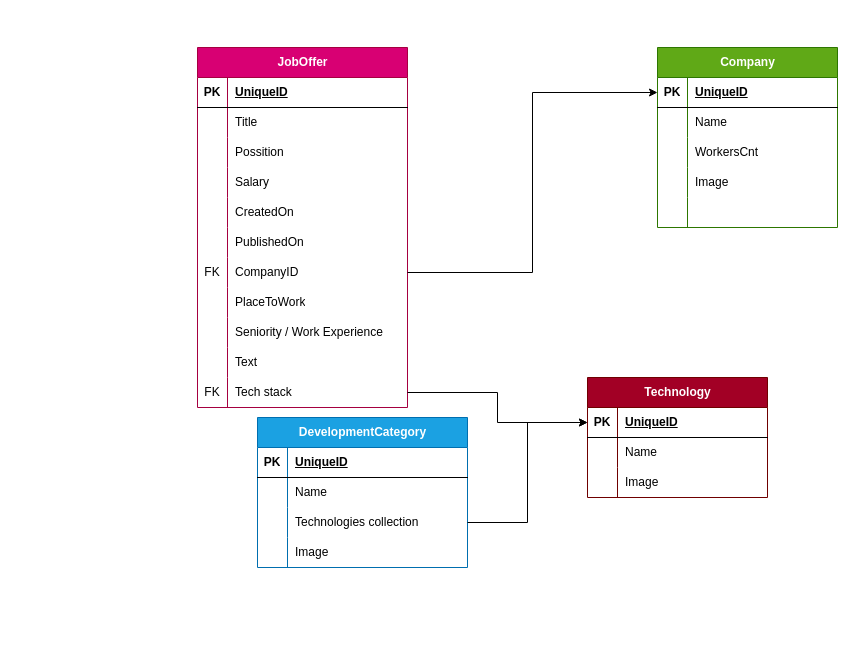
The draw.io diagram db diagram - scheme/Untitled Diagram.drawio in hristianivanov/ITJob-Finder-ASP.NET-MVC, before the edit. Source tidied: cells renumbered, new cells numbered last; positions are measured from the earlier drawing's top-left corner, leaving out a move shared by most shapes. Both pictures are drawn from the tidied source at 100%, with x=0, y=0 at pixel (157, 47).
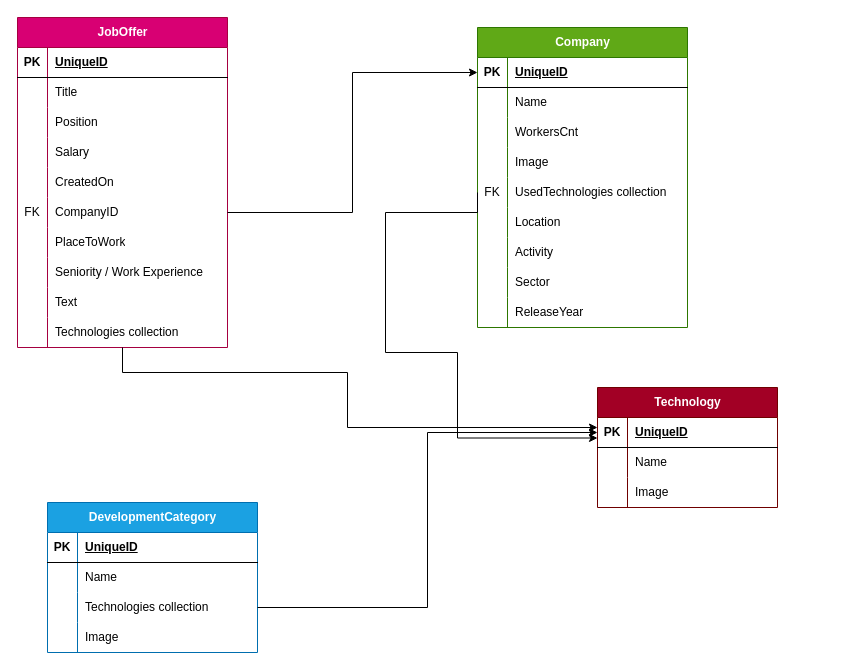
The same page after the edit.

Commit message:
Update database scheme

Unchanged cells that the change refers to:
```xml
<mxCell id="9" style="shape=tableRow;horizontal=0;startSize=0;swimlaneHead=0;swimlaneBody=0;fillColor=none;top=0;left=0;right=0;bottom=0;" parent="2" vertex="1">
  <mxGeometry y="90" width="210" height="30" as="geometry" />
</mxCell>
<mxCell id="67" style="shape=tableRow;horizontal=0;startSize=0;swimlaneHead=0;swimlaneBody=0;fillColor=none;points=[[0,0.5],[1,0.5]];portConstraint=eastwest;top=0;left=0;right=0;bottom=1;" parent="66" vertex="1">
  <mxGeometry y="30" width="180" height="30" as="geometry" />
</mxCell>
```

What changed in the source:
```diff
@@
     <mxCell id="2" value="JobOffer" style="shape=table;startSize=30;childLayout=tableLayout;rowLines=0;fontStyle=1;align=center;html=1;fillColor=#d80073;fontColor=#ffffff;strokeColor=#A50040;swimlaneFillColor=default;shadow=0;rounded=0;" parent="1" vertex="1">
-      <mxGeometry x="40" width="210" height="360" as="geometry" />
+      <mxGeometry x="-140" y="-30" width="210" height="330" as="geometry" />
     </mxCell>
@@
-    <mxCell id="11" value="Possition" style="shape=partialRectangle;fillColor=none;top=0;left=0;bottom=0;right=0;align=left;spacingLeft=6;overflow=hidden;whiteSpace=wrap;html=1;" parent="9" vertex="1">
+    <mxCell id="11" value="Position" style="shape=partialRectangle;fillColor=none;top=0;left=0;bottom=0;right=0;align=left;spacingLeft=6;overflow=hidden;whiteSpace=wrap;html=1;" parent="9" vertex="1">
       <mxGeometry x="30" width="180" height="30" as="geometry" />
     </mxCell>
@@
-    <mxCell id="18" style="shape=tableRow;horizontal=0;startSize=0;swimlaneHead=0;swimlaneBody=0;fillColor=none;top=0;left=0;right=0;bottom=0;" parent="2" vertex="1">
-      <mxGeometry y="180" width="210" height="30" as="geometry" />
-    </mxCell>
-    <mxCell id="19" style="shape=partialRectangle;fillColor=none;top=0;left=0;bottom=0;right=0;overflow=hidden;whiteSpace=wrap;html=1;" parent="18" vertex="1">
-      <mxGeometry width="30" height="30" as="geometry" />
-    </mxCell>
-    <mxCell id="20" value="PublishedOn" style="shape=partialRectangle;fillColor=none;top=0;left=0;bottom=0;right=0;align=left;spacingLeft=6;overflow=hidden;whiteSpace=wrap;html=1;" parent="18" vertex="1">
-      <mxGeometry x="30" width="180" height="30" as="geometry" />
-    </mxCell>
     <mxCell id="21" style="shape=tableRow;horizontal=0;startSize=0;swimlaneHead=0;swimlaneBody=0;fillColor=none;points=[[0,0.5],[1,0.5]];portConstraint=eastwest;top=0;left=0;right=0;bottom=0;" parent="2" vertex="1">
-      <mxGeometry y="210" width="210" height="30" as="geometry" />
+      <mxGeometry y="180" width="210" height="30" as="geometry" />
     </mxCell>
@@
     <mxCell id="24" style="shape=tableRow;horizontal=0;startSize=0;swimlaneHead=0;swimlaneBody=0;fillColor=none;top=0;left=0;right=0;bottom=0;" parent="2" vertex="1">
-      <mxGeometry y="240" width="210" height="30" as="geometry" />
+      <mxGeometry y="210" width="210" height="30" as="geometry" />
     </mxCell>
@@
     <mxCell id="27" style="shape=tableRow;horizontal=0;startSize=0;swimlaneHead=0;swimlaneBody=0;fillColor=none;top=0;left=0;right=0;bottom=0;" parent="2" vertex="1">
-      <mxGeometry y="270" width="210" height="30" as="geometry" />
+      <mxGeometry y="240" width="210" height="30" as="geometry" />
     </mxCell>
@@
     <mxCell id="30" style="shape=tableRow;horizontal=0;startSize=0;swimlaneHead=0;swimlaneBody=0;fillColor=none;top=0;left=0;right=0;bottom=0;" parent="2" vertex="1">
-      <mxGeometry y="300" width="210" height="30" as="geometry" />
+      <mxGeometry y="270" width="210" height="30" as="geometry" />
     </mxCell>
@@
     <mxCell id="33" style="shape=tableRow;horizontal=0;startSize=0;swimlaneHead=0;swimlaneBody=0;fillColor=none;points=[[0,0.5],[1,0.5]];portConstraint=eastwest;top=0;left=0;right=0;bottom=0;" parent="2" vertex="1">
-      <mxGeometry y="330" width="210" height="30" as="geometry" />
+      <mxGeometry y="300" width="210" height="30" as="geometry" />
     </mxCell>
-    <mxCell id="34" value="FK" style="shape=partialRectangle;fillColor=none;top=0;left=0;bottom=0;right=0;overflow=hidden;whiteSpace=wrap;html=1;" parent="33" vertex="1">
+    <mxCell id="34" style="shape=partialRectangle;fillColor=none;top=0;left=0;bottom=0;right=0;overflow=hidden;whiteSpace=wrap;html=1;" parent="33" vertex="1">
       <mxGeometry width="30" height="30" as="geometry" />
     </mxCell>
-    <mxCell id="35" value="Tech stack" style="shape=partialRectangle;fillColor=none;top=0;left=0;bottom=0;right=0;align=left;spacingLeft=6;overflow=hidden;whiteSpace=wrap;html=1;" parent="33" vertex="1">
+    <mxCell id="35" value="Technologies collection" style="shape=partialRectangle;fillColor=none;top=0;left=0;bottom=0;right=0;align=left;spacingLeft=6;overflow=hidden;whiteSpace=wrap;html=1;" parent="33" vertex="1">
       <mxGeometry x="30" width="180" height="30" as="geometry" />
     </mxCell>
@@
     <mxCell id="37" value="DevelopmentCategory" style="shape=table;startSize=30;childLayout=tableLayout;rowLines=0;fontStyle=1;align=center;html=1;fillColor=#1ba1e2;fontColor=#ffffff;strokeColor=#006EAF;swimlaneFillColor=default;shadow=0;rounded=0;" parent="1" vertex="1">
-      <mxGeometry x="100" y="370" width="210" height="150" as="geometry" />
+      <mxGeometry x="-110" y="455" width="210" height="150" as="geometry" />
     </mxCell>
@@
     <mxCell id="50" value="Company" style="shape=table;startSize=30;childLayout=tableLayout;rowLines=0;fontStyle=1;align=center;html=1;fillColor=#60a917;fontColor=#ffffff;strokeColor=#2D7600;" parent="1" vertex="1">
-      <mxGeometry x="500" width="180" height="180" as="geometry" />
+      <mxGeometry x="320" y="-20" width="210" height="300" as="geometry" />
     </mxCell>
     <mxCell id="51" style="shape=tableRow;horizontal=0;startSize=0;swimlaneHead=0;swimlaneBody=0;fillColor=none;points=[[0,0.5],[1,0.5]];portConstraint=eastwest;top=0;left=0;right=0;bottom=1;" parent="50" vertex="1">
-      <mxGeometry y="30" width="180" height="30" as="geometry" />
+      <mxGeometry y="30" width="210" height="30" as="geometry" />
     </mxCell>
@@
     <mxCell id="53" value="UniqueID" style="shape=partialRectangle;fillColor=none;top=0;left=0;bottom=0;right=0;align=left;spacingLeft=6;fontStyle=5;overflow=hidden;whiteSpace=wrap;html=1;" parent="51" vertex="1">
-      <mxGeometry x="30" width="150" height="30" as="geometry" />
+      <mxGeometry x="30" width="180" height="30" as="geometry" />
     </mxCell>
     <mxCell id="54" style="shape=tableRow;horizontal=0;startSize=0;swimlaneHead=0;swimlaneBody=0;fillColor=none;top=0;left=0;right=0;bottom=0;" parent="50" vertex="1">
-      <mxGeometry y="60" width="180" height="30" as="geometry" />
+      <mxGeometry y="60" width="210" height="30" as="geometry" />
     </mxCell>
@@
     <mxCell id="56" value="Name" style="shape=partialRectangle;fillColor=none;top=0;left=0;bottom=0;right=0;align=left;spacingLeft=6;overflow=hidden;whiteSpace=wrap;html=1;" parent="54" vertex="1">
-      <mxGeometry x="30" width="150" height="30" as="geometry" />
+      <mxGeometry x="30" width="180" height="30" as="geometry" />
     </mxCell>
     <mxCell id="57" style="shape=tableRow;horizontal=0;startSize=0;swimlaneHead=0;swimlaneBody=0;fillColor=none;top=0;left=0;right=0;bottom=0;" parent="50" vertex="1">
-      <mxGeometry y="90" width="180" height="30" as="geometry" />
+      <mxGeometry y="90" width="210" height="30" as="geometry" />
     </mxCell>
@@
     <mxCell id="59" value="WorkersCnt" style="shape=partialRectangle;fillColor=none;top=0;left=0;bottom=0;right=0;align=left;spacingLeft=6;overflow=hidden;whiteSpace=wrap;html=1;" parent="57" vertex="1">
-      <mxGeometry x="30" width="150" height="30" as="geometry" />
+      <mxGeometry x="30" width="180" height="30" as="geometry" />
     </mxCell>
     <mxCell id="60" style="shape=tableRow;horizontal=0;startSize=0;swimlaneHead=0;swimlaneBody=0;fillColor=none;top=0;left=0;right=0;bottom=0;" parent="50" vertex="1">
-      <mxGeometry y="120" width="180" height="30" as="geometry" />
+      <mxGeometry y="120" width="210" height="30" as="geometry" />
     </mxCell>
@@
     <mxCell id="62" value="Image" style="shape=partialRectangle;fillColor=none;top=0;left=0;bottom=0;right=0;align=left;spacingLeft=6;overflow=hidden;whiteSpace=wrap;html=1;" parent="60" vertex="1">
-      <mxGeometry x="30" width="150" height="30" as="geometry" />
+      <mxGeometry x="30" width="180" height="30" as="geometry" />
     </mxCell>
     <mxCell id="63" style="shape=tableRow;horizontal=0;startSize=0;swimlaneHead=0;swimlaneBody=0;fillColor=none;points=[[0,0.5],[1,0.5]];portConstraint=eastwest;top=0;left=0;right=0;bottom=0;" parent="50" vertex="1">
-      <mxGeometry y="150" width="180" height="30" as="geometry" />
+      <mxGeometry y="150" width="210" height="30" as="geometry" />
     </mxCell>
-    <mxCell id="64" style="shape=partialRectangle;fillColor=none;top=0;left=0;bottom=0;right=0;overflow=hidden;whiteSpace=wrap;html=1;" parent="63" vertex="1">
+    <mxCell id="64" value="FK" style="shape=partialRectangle;fillColor=none;top=0;left=0;bottom=0;right=0;overflow=hidden;whiteSpace=wrap;html=1;" parent="63" vertex="1">
       <mxGeometry width="30" height="30" as="geometry" />
     </mxCell>
-    <mxCell id="65" style="shape=partialRectangle;fillColor=none;top=0;left=0;bottom=0;right=0;align=left;spacingLeft=6;overflow=hidden;whiteSpace=wrap;html=1;" parent="63" vertex="1">
-      <mxGeometry x="30" width="150" height="30" as="geometry" />
+    <mxCell id="65" value="UsedTechnologies collection" style="shape=partialRectangle;fillColor=none;top=0;left=0;bottom=0;right=0;align=left;spacingLeft=6;overflow=hidden;whiteSpace=wrap;html=1;" parent="63" vertex="1">
+      <mxGeometry x="30" width="180" height="30" as="geometry" />
     </mxCell>
+    <mxCell id="18" style="shape=tableRow;horizontal=0;startSize=0;swimlaneHead=0;swimlaneBody=0;fillColor=none;top=0;left=0;right=0;bottom=0;" parent="50" vertex="1">
+      <mxGeometry y="180" width="210" height="30" as="geometry" />
+    </mxCell>
+    <mxCell id="79" style="shape=partialRectangle;fillColor=none;top=0;left=0;bottom=0;right=0;overflow=hidden;whiteSpace=wrap;html=1;" parent="18" vertex="1">
+      <mxGeometry width="30" height="30" as="geometry" />
+    </mxCell>
+    <mxCell id="80" value="Location" style="shape=partialRectangle;fillColor=none;top=0;left=0;bottom=0;right=0;align=left;spacingLeft=6;overflow=hidden;whiteSpace=wrap;html=1;" parent="18" vertex="1">
+      <mxGeometry x="30" width="180" height="30" as="geometry" />
+    </mxCell>
+    <mxCell id="81" style="shape=tableRow;horizontal=0;startSize=0;swimlaneHead=0;swimlaneBody=0;fillColor=none;top=0;left=0;right=0;bottom=0;" parent="50" vertex="1">
+      <mxGeometry y="210" width="210" height="30" as="geometry" />
+    </mxCell>
+    <mxCell id="82" style="shape=partialRectangle;fillColor=none;top=0;left=0;bottom=0;right=0;overflow=hidden;whiteSpace=wrap;html=1;" parent="81" vertex="1">
+      <mxGeometry width="30" height="30" as="geometry" />
+    </mxCell>
+    <mxCell id="83" value="Activity" style="shape=partialRectangle;fillColor=none;top=0;left=0;bottom=0;right=0;align=left;spacingLeft=6;overflow=hidden;whiteSpace=wrap;html=1;" parent="81" vertex="1">
+      <mxGeometry x="30" width="180" height="30" as="geometry" />
+    </mxCell>
+    <mxCell id="84" style="shape=tableRow;horizontal=0;startSize=0;swimlaneHead=0;swimlaneBody=0;fillColor=none;top=0;left=0;right=0;bottom=0;" parent="50" vertex="1">
+      <mxGeometry y="240" width="210" height="30" as="geometry" />
+    </mxCell>
+    <mxCell id="85" style="shape=partialRectangle;fillColor=none;top=0;left=0;bottom=0;right=0;overflow=hidden;whiteSpace=wrap;html=1;" parent="84" vertex="1">
+      <mxGeometry width="30" height="30" as="geometry" />
+    </mxCell>
+    <mxCell id="86" value="Sector" style="shape=partialRectangle;fillColor=none;top=0;left=0;bottom=0;right=0;align=left;spacingLeft=6;overflow=hidden;whiteSpace=wrap;html=1;" parent="84" vertex="1">
+      <mxGeometry x="30" width="180" height="30" as="geometry" />
+    </mxCell>
+    <mxCell id="87" style="shape=tableRow;horizontal=0;startSize=0;swimlaneHead=0;swimlaneBody=0;fillColor=none;top=0;left=0;right=0;bottom=0;" parent="50" vertex="1">
+      <mxGeometry y="270" width="210" height="30" as="geometry" />
+    </mxCell>
+    <mxCell id="88" style="shape=partialRectangle;fillColor=none;top=0;left=0;bottom=0;right=0;overflow=hidden;whiteSpace=wrap;html=1;" parent="87" vertex="1">
+      <mxGeometry width="30" height="30" as="geometry" />
+    </mxCell>
+    <mxCell id="89" value="ReleaseYear" style="shape=partialRectangle;fillColor=none;top=0;left=0;bottom=0;right=0;align=left;spacingLeft=6;overflow=hidden;whiteSpace=wrap;html=1;" parent="87" vertex="1">
+      <mxGeometry x="30" width="180" height="30" as="geometry" />
+    </mxCell>
     <mxCell id="66" value="Technology" style="shape=table;startSize=30;childLayout=tableLayout;rowLines=0;fontStyle=1;align=center;html=1;fillColor=#a20025;fontColor=#ffffff;strokeColor=#6F0000;" parent="1" vertex="1">
-      <mxGeometry x="430" y="330" width="180" height="120" as="geometry" />
+      <mxGeometry x="440" y="340" width="180" height="120" as="geometry" />
     </mxCell>
@@
-    <mxCell id="78" style="edgeStyle=orthogonalEdgeStyle;rounded=0;jettySize=auto;html=1;entryX=0;entryY=0.5;entryDx=0;entryDy=0;" parent="1" edge="1" source="33" target="67">
-      <mxGeometry relative="1" as="geometry" />
+    <mxCell id="78" style="edgeStyle=orthogonalEdgeStyle;rounded=0;jettySize=auto;html=1;" parent="1" edge="1" source="33" target="67">
+      <mxGeometry relative="1" as="geometry">
+        <Array as="points">
+          <mxPoint x="190" y="325" />
+          <mxPoint x="190" y="380" />
+        </Array>
+      </mxGeometry>
     </mxCell>
+    <mxCell id="90" style="edgeStyle=orthogonalEdgeStyle;rounded=0;jettySize=auto;html=1;entryX=0.009;entryY=0.684;entryDx=0;entryDy=0;entryPerimeter=0;exitX=0;exitY=0.5;exitDx=0;exitDy=0;" parent="1" edge="1" source="63">
+      <mxGeometry relative="1" as="geometry">
+        <mxPoint x="440" y="390.5" as="targetPoint" />
+        <Array as="points">
+          <mxPoint x="228" y="165" />
+          <mxPoint x="228" y="305" />
+          <mxPoint x="300" y="305" />
+          <mxPoint x="300" y="391" />
+        </Array>
+      </mxGeometry>
+    </mxCell>
```
